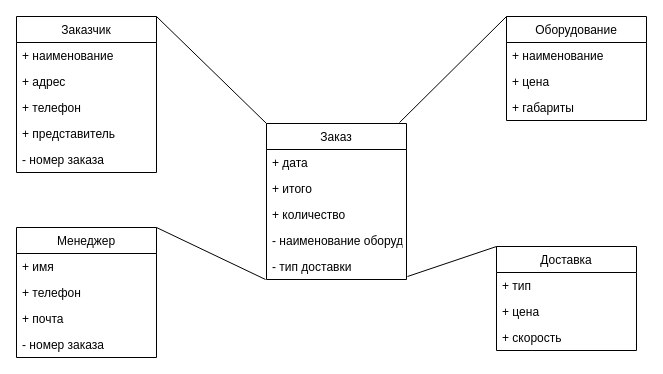
Before: page "Class Diagram" (7 of 7) of exam/1/task1.drawio in StudOborona/PISSummer2022, a draw.io diagram. Source tidied: cells renumbered, new cells numbered last; positions are measured from the earlier drawing's top-left corner, leaving out a move shared by most shapes. Both pictures are drawn from the tidied source at 100%, with x=0, y=0 at pixel (16, 16).
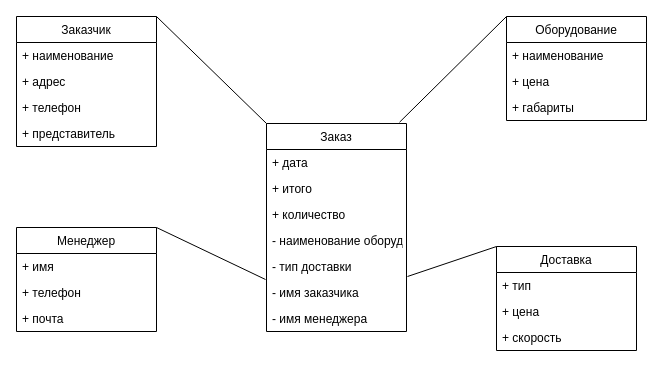
The same diagram, later.

Change to the diagram source:
```diff
@@
     <mxCell id="2" value="Заказчик" style="swimlane;fontStyle=0;horizontal=1;startSize=26;fillColor=none;" parent="1" vertex="1">
-      <mxGeometry width="140" height="156" as="geometry" />
+      <mxGeometry width="140" height="130" as="geometry" />
     </mxCell>
@@
-    <mxCell id="7" value="- номер заказа" style="text;strokeColor=none;fillColor=none;align=left;verticalAlign=top;spacingLeft=4;spacingRight=4;overflow=hidden;" parent="2" vertex="1">
-      <mxGeometry y="130" width="140" height="26" as="geometry" />
-    </mxCell>
     <mxCell id="8" value="Заказ" style="swimlane;fontStyle=0;horizontal=1;startSize=26;fillColor=none;" parent="1" vertex="1">
-      <mxGeometry x="250" y="107" width="140" height="156" as="geometry" />
+      <mxGeometry x="250" y="107" width="140" height="208" as="geometry" />
     </mxCell>
@@
+    <mxCell id="31" value="- имя заказчика" style="text;strokeColor=none;fillColor=none;align=left;verticalAlign=top;spacingLeft=4;spacingRight=4;overflow=hidden;" parent="8" vertex="1">
+      <mxGeometry y="156" width="140" height="26" as="geometry" />
+    </mxCell>
+    <mxCell id="32" value="- имя менеджера" style="text;strokeColor=none;fillColor=none;align=left;verticalAlign=top;spacingLeft=4;spacingRight=4;overflow=hidden;" parent="8" vertex="1">
+      <mxGeometry y="182" width="140" height="26" as="geometry" />
+    </mxCell>
     <mxCell id="14" value="Менеджер" style="swimlane;fontStyle=0;horizontal=1;startSize=26;fillColor=none;" parent="1" vertex="1">
-      <mxGeometry y="211" width="140" height="130" as="geometry" />
+      <mxGeometry y="211" width="140" height="104" as="geometry" />
     </mxCell>
@@
-    <mxCell id="18" value="- номер заказа" style="text;strokeColor=none;fillColor=none;align=left;verticalAlign=top;spacingLeft=4;spacingRight=4;overflow=hidden;" parent="14" vertex="1">
-      <mxGeometry y="104" width="140" height="26" as="geometry" />
-    </mxCell>
```
